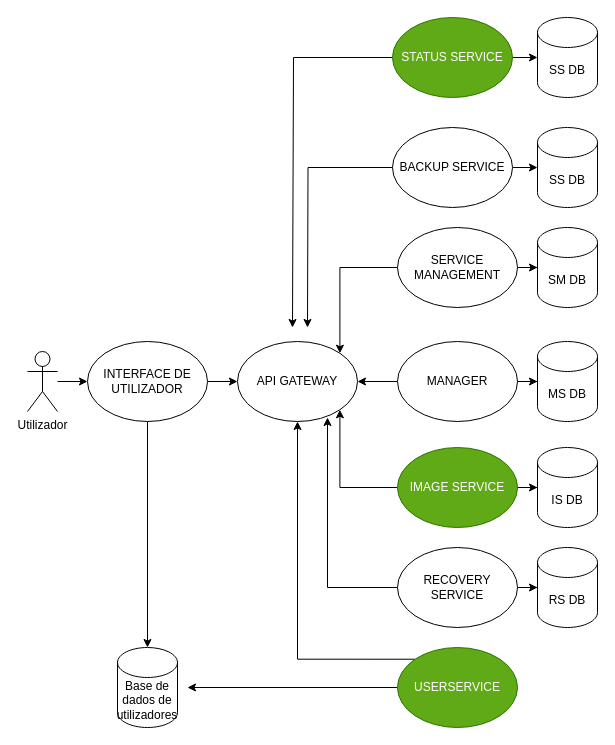
magiccode4Dim/Desaster-Recover-System keeps this draw.io diagram as TRABALHO_TORICO/Diagramas/visaoGeral.drawio. Above is the earlier version. Source tidied: cells renumbered, new cells numbered last; positions are measured from the earlier drawing's top-left corner, leaving out a move shared by most shapes. Both pictures are drawn from the tidied source at 100%, with x=0, y=0 at pixel (27, 17).
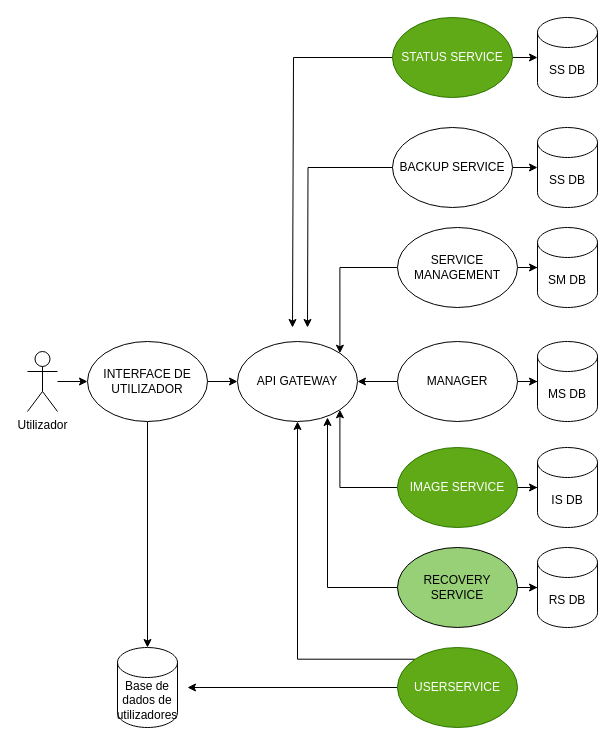
The same diagram, later.

What changed in the source:
```diff
@@
-    <mxCell id="16" value="RECOVERY SERVICE" style="ellipse;whiteSpace=wrap;html=1;" parent="1" vertex="1">
+    <mxCell id="16" value="RECOVERY SERVICE" style="ellipse;whiteSpace=wrap;html=1;fillColor=#97D077;" parent="1" vertex="1">
       <mxGeometry x="370" y="530" width="120" height="80" as="geometry" />
     </mxCell>
```
